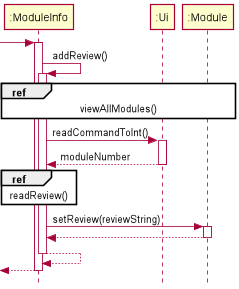
Before: docs/diagrams/moduleInfo/addNewReview.png, a diagram exported from PlantUML (nus-cs2113-AY2021S2/tp). Its diagram source:
```plantuml
@startuml
skinparam style strictuml
participant ":ModuleInfo" as ModuleInfo
participant ":Ui" as Ui
participant ":Module" as Module
[-> ModuleInfo:
activate ModuleInfo

    ModuleInfo -> ModuleInfo++ :  addReview()
        ref over ModuleInfo, Module, Ui : viewAllModules()
        ModuleInfo -> Ui++ : readCommandToInt()
        return moduleNumber
        ref over ModuleInfo : readReview()
        ModuleInfo -> Module++ : setReview(reviewString)
        return
    return
return

@enduml
```
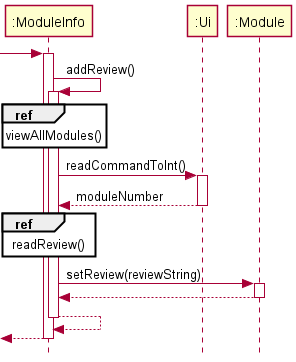
The same diagram one commit later.

Diff of the diagram source:
```diff
@@ -7,7 +7,7 @@
 activate ModuleInfo
 
     ModuleInfo -> ModuleInfo++ :  addReview()
-        ref over ModuleInfo, Module, Ui : viewAllModules()
+        ref over ModuleInfo : viewAllModules()
         ModuleInfo -> Ui++ : readCommandToInt()
         return moduleNumber
         ref over ModuleInfo : readReview()
```
